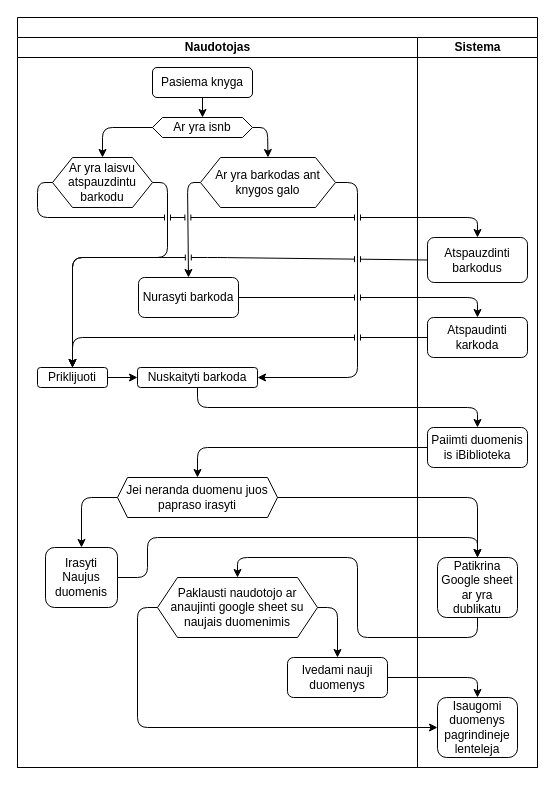
Earlier version of the draw.io diagram src/etc/Process Activity Diagrams.drawio (JustPause/KVM-bibliotekos-sistema). Source tidied: cells renumbered, new cells numbered last; positions are measured from the earlier drawing's top-left corner, leaving out a move shared by most shapes. Both pictures are drawn from the tidied source at 100%, with x=0, y=0 at pixel (17, 17).
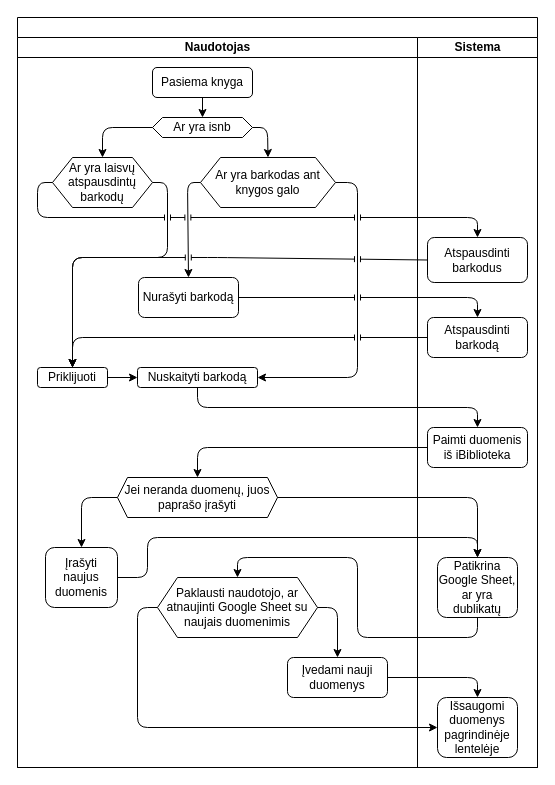
The same diagram, later.

The change refers to these unchanged cells:
```xml
<mxCell id="5" value="Naudotojas" style="swimlane;startSize=20;html=1;" parent="2" vertex="1">
  <mxGeometry y="20" width="400" height="730" as="geometry" />
</mxCell>
<mxCell id="27" value="Sistema" style="swimlane;startSize=20;html=1;" parent="2" vertex="1">
  <mxGeometry x="400" y="20" width="120" height="730" as="geometry" />
</mxCell>
```

Change to the diagram source:
```diff
@@
-    <mxCell id="8" value="Nuskaityti barkoda" style="whiteSpace=wrap;html=1;rounded=1;" parent="5" vertex="1">
+    <mxCell id="8" value="Nuskaityti barkodą" style="whiteSpace=wrap;html=1;rounded=1;" parent="5" vertex="1">
       <mxGeometry x="120" y="330" width="120" height="20" as="geometry" />
     </mxCell>
@@
-    <mxCell id="12" value="Ar yra laisvu atspauzdintu barkodu" style="shape=hexagon;perimeter=hexagonPerimeter2;whiteSpace=wrap;html=1;fixedSize=1;size=20;" parent="5" vertex="1">
+    <mxCell id="12" value="Ar yra laisvų atspausdintų barkodų" style="shape=hexagon;perimeter=hexagonPerimeter2;whiteSpace=wrap;html=1;fixedSize=1;size=20;" parent="5" vertex="1">
       <mxGeometry x="35" y="120" width="100" height="50" as="geometry" />
     </mxCell>
@@
-    <mxCell id="19" value="Nurasyti barkoda" style="whiteSpace=wrap;html=1;rounded=1;" parent="5" vertex="1">
+    <mxCell id="19" value="Nurašyti barkodą" style="whiteSpace=wrap;html=1;rounded=1;" parent="5" vertex="1">
       <mxGeometry x="121" y="240" width="100" height="40" as="geometry" />
     </mxCell>
-    <mxCell id="20" value="Paklausti naudotojo ar anaujinti google sheet su naujais duomenimis" style="shape=hexagon;perimeter=hexagonPerimeter2;whiteSpace=wrap;html=1;fixedSize=1;size=20;" parent="5" vertex="1">
+    <mxCell id="20" value="Paklausti naudotojo, ar atnaujinti Google Sheet su naujais duomenimis" style="shape=hexagon;perimeter=hexagonPerimeter2;whiteSpace=wrap;html=1;fixedSize=1;size=20;" parent="5" vertex="1">
       <mxGeometry x="140" y="540" width="160" height="60" as="geometry" />
     </mxCell>
@@
-    <mxCell id="22" value="Jei neranda duomenu juos papraso irasyti" style="shape=hexagon;perimeter=hexagonPerimeter2;whiteSpace=wrap;html=1;fixedSize=1;size=10;" parent="5" vertex="1">
+    <mxCell id="22" value="Jei neranda duomenų, juos paprašo įrašyti" style="shape=hexagon;perimeter=hexagonPerimeter2;whiteSpace=wrap;html=1;fixedSize=1;size=10;" parent="5" vertex="1">
       <mxGeometry x="100" y="440" width="160" height="40" as="geometry" />
     </mxCell>
-    <mxCell id="23" value="&lt;span style=&quot;color: rgb(0, 0, 0);&quot;&gt;Irasyti Naujus duomenis&lt;/span&gt;" style="whiteSpace=wrap;html=1;rounded=1;" parent="5" vertex="1">
+    <mxCell id="23" value="Įrašyti naujus duomenis" style="whiteSpace=wrap;html=1;rounded=1;" parent="5" vertex="1">
       <mxGeometry x="28" y="510" width="72" height="60" as="geometry" />
     </mxCell>
@@
-    <mxCell id="25" value="Ivedami nauji duomenys" style="rounded=1;whiteSpace=wrap;html=1;" parent="5" vertex="1">
+    <mxCell id="25" value="Įvedami nauji duomenys" style="rounded=1;whiteSpace=wrap;html=1;" parent="5" vertex="1">
       <mxGeometry x="270" y="620" width="100" height="40" as="geometry" />
     </mxCell>
@@
-    <mxCell id="28" value="Atspaudinti karkoda" style="whiteSpace=wrap;html=1;rounded=1;" parent="27" vertex="1">
+    <mxCell id="28" value="Atspausdinti barkodą" style="whiteSpace=wrap;html=1;rounded=1;" parent="27" vertex="1">
       <mxGeometry x="10" y="280" width="100" height="40" as="geometry" />
     </mxCell>
-    <mxCell id="29" value="Atspauzdinti barkodus" style="whiteSpace=wrap;html=1;rounded=1;" parent="27" vertex="1">
+    <mxCell id="29" value="Atspausdinti barkodus" style="whiteSpace=wrap;html=1;rounded=1;" parent="27" vertex="1">
       <mxGeometry x="10" y="200" width="100" height="45" as="geometry" />
     </mxCell>
-    <mxCell id="30" value="Paiimti duomenis is iBiblioteka" style="whiteSpace=wrap;html=1;rounded=1;" parent="27" vertex="1">
+    <mxCell id="30" value="Paimti duomenis iš iBiblioteka" style="whiteSpace=wrap;html=1;rounded=1;" parent="27" vertex="1">
       <mxGeometry x="10" y="390" width="100" height="40" as="geometry" />
     </mxCell>
-    <mxCell id="31" value="&lt;span style=&quot;color: rgb(0, 0, 0);&quot;&gt;Patikrina Google sheet ar yra dublikatu&lt;/span&gt;" style="whiteSpace=wrap;html=1;rounded=1;" parent="27" vertex="1">
+    <mxCell id="31" value="Patikrina Google Sheet, ar yra dublikatų" style="whiteSpace=wrap;html=1;rounded=1;" parent="27" vertex="1">
       <mxGeometry x="20" y="520" width="80" height="60" as="geometry" />
     </mxCell>
-    <mxCell id="32" value="&lt;span style=&quot;color: rgb(0, 0, 0);&quot;&gt;Isaugomi duomenys pagrindineje lenteleja&lt;/span&gt;" style="whiteSpace=wrap;html=1;rounded=1;" parent="27" vertex="1">
+    <mxCell id="32" value="Išsaugomi duomenys pagrindinėje lentelėje" style="whiteSpace=wrap;html=1;rounded=1;" parent="27" vertex="1">
       <mxGeometry x="20" y="660" width="80" height="60" as="geometry" />
     </mxCell>
```
